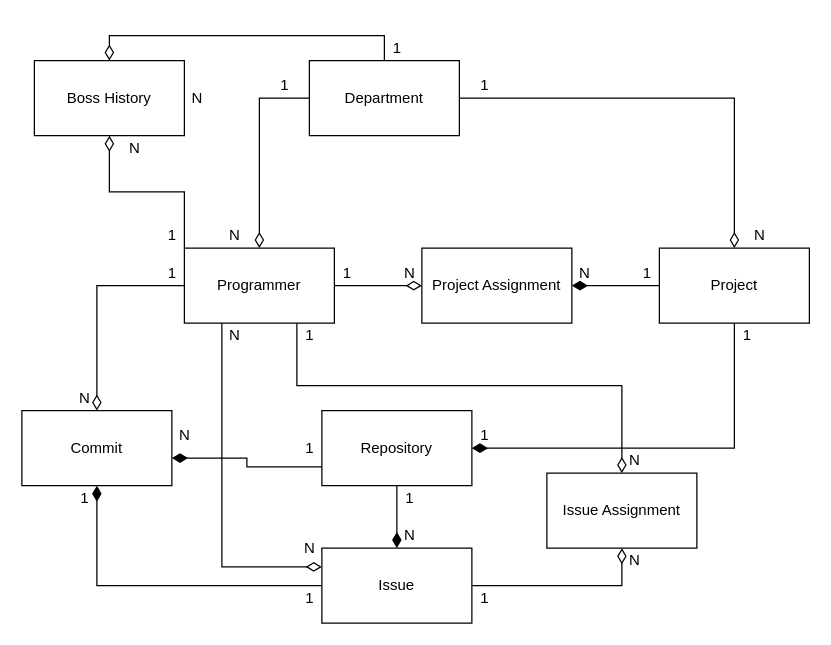
This is DataAccessSLJPA/diagrams/diagrama_clases.drawio from sps169/DataAccessSL, a draw.io file, before an edit. Source tidied: cells renumbered, new cells numbered last; positions are measured from the earlier drawing's top-left corner, leaving out a move shared by most shapes. Both pictures are drawn from the tidied source at 125%, with x=0, y=0 at pixel (21, 35).
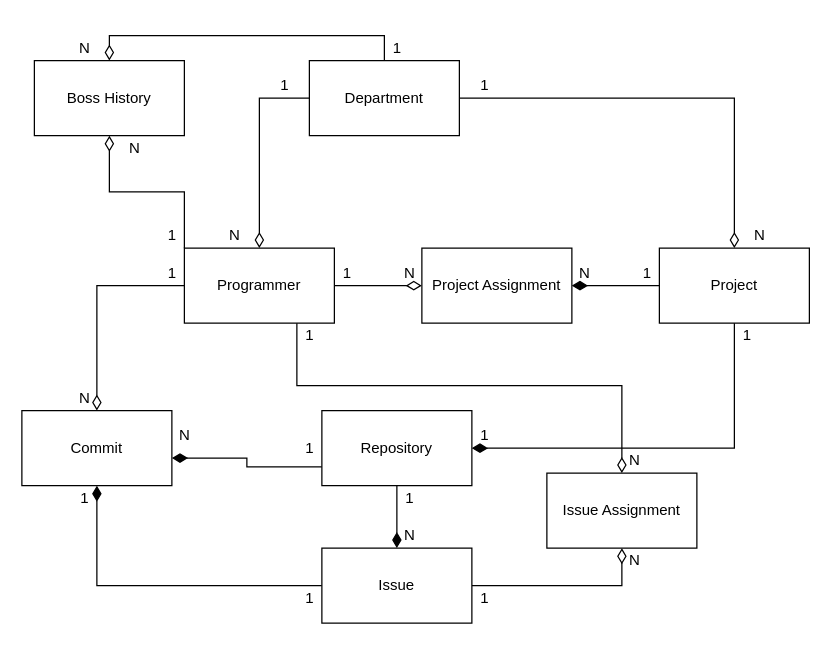
After the change.

The change refers to these unchanged cells:
```xml
<mxCell id="6" value="Programmer" style="rounded=0;whiteSpace=wrap;html=1;" parent="1" vertex="1">
  <mxGeometry x="130" y="170" width="120" height="60" as="geometry" />
</mxCell>
<mxCell id="18" value="Issue" style="rounded=0;whiteSpace=wrap;html=1;" parent="1" vertex="1">
  <mxGeometry x="240" y="410" width="120" height="60" as="geometry" />
</mxCell>
```

What changed in the source:
```diff
@@
-    <mxCell id="4" style="edgeStyle=orthogonalEdgeStyle;rounded=0;jettySize=auto;html=1;exitX=0.25;exitY=1;exitDx=0;exitDy=0;entryX=0;entryY=0.25;entryDx=0;entryDy=0;startArrow=none;startFill=0;endArrow=diamondThin;endFill=0;startSize=10;endSize=10;strokeWidth=1;" parent="1" edge="1" source="6" target="18">
-      <mxGeometry relative="1" as="geometry" />
-    </mxCell>
@@
-    <mxCell id="29" value="N" style="text;html=1;align=center;verticalAlign=middle;strokeColor=none;fillColor=none;" parent="1" vertex="1">
-      <mxGeometry x="160" y="230" width="20" height="20" as="geometry" />
-    </mxCell>
-    <mxCell id="30" value="N" style="text;html=1;align=center;verticalAlign=middle;strokeColor=none;fillColor=none;" parent="1" vertex="1">
-      <mxGeometry x="220" y="400" width="20" height="20" as="geometry" />
-    </mxCell>
@@
     <mxCell id="51" value="N" style="text;html=1;align=center;verticalAlign=middle;strokeColor=none;" parent="1" vertex="1">
-      <mxGeometry x="130" y="40" width="20" height="20" as="geometry" />
+      <mxGeometry x="40" width="20" height="20" as="geometry" />
     </mxCell>
```
